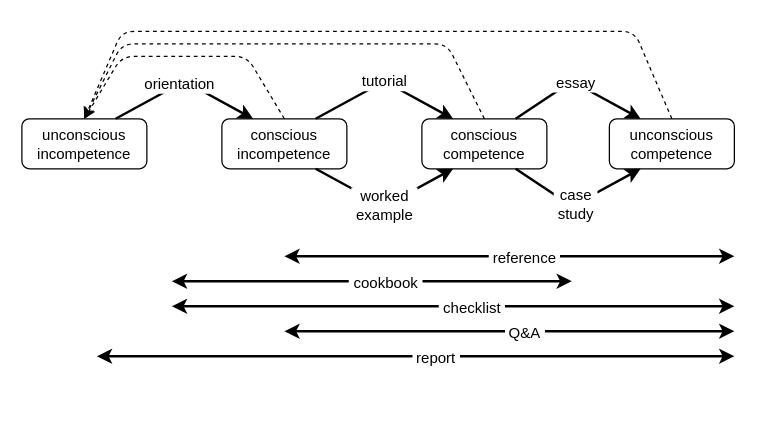
Above: page "Page-1" (1 of 2) of files/2019/04/materials.drawio in gvwilson/thirdbit (draw.io), before the change. Source tidied: cells renumbered, new cells numbered last; positions are measured from the earlier drawing's top-left corner, leaving out a move shared by most shapes. Both pictures are drawn from the tidied source at 125%, with x=0, y=0 at pixel (21, 31).
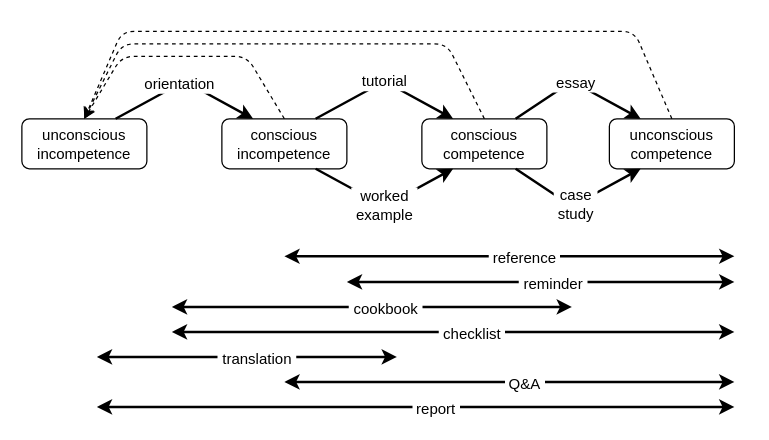
The same diagram, later.

The edit, as a diff of the source:
```diff
@@
     <mxCell id="11" style="endArrow=classic;startArrow=classic;html=1;strokeWidth=2;" parent="1" edge="1">
       <mxGeometry relative="1" as="geometry">
-        <mxPoint x="120" y="199.5" as="sourcePoint" />
-        <mxPoint x="440" y="199.5" as="targetPoint" />
+        <mxPoint x="120" y="220" as="sourcePoint" />
+        <mxPoint x="440" y="220" as="targetPoint" />
       </mxGeometry>
     </mxCell>
@@
     <mxCell id="13" style="endArrow=classic;startArrow=classic;html=1;strokeWidth=2;" parent="1" edge="1">
       <mxGeometry relative="1" as="geometry">
-        <mxPoint x="210" y="239.5" as="sourcePoint" />
-        <mxPoint x="570" y="239.5" as="targetPoint" />
+        <mxPoint x="210" y="280" as="sourcePoint" />
+        <mxPoint x="570" y="280" as="targetPoint" />
       </mxGeometry>
     </mxCell>
@@
     <mxCell id="16" style="endArrow=classic;startArrow=classic;html=1;strokeWidth=2;" parent="1" edge="1">
       <mxGeometry relative="1" as="geometry">
-        <mxPoint x="120" y="219.5" as="sourcePoint" />
-        <mxPoint x="570" y="219.5" as="targetPoint" />
+        <mxPoint x="120" y="240" as="sourcePoint" />
+        <mxPoint x="570" y="240" as="targetPoint" />
       </mxGeometry>
     </mxCell>
@@
     <mxCell id="18" style="endArrow=classic;startArrow=classic;html=1;strokeWidth=2;" parent="1" edge="1">
       <mxGeometry relative="1" as="geometry">
-        <mxPoint x="60" y="259.5" as="sourcePoint" />
-        <mxPoint x="570" y="259.5" as="targetPoint" />
+        <mxPoint x="60" y="300" as="sourcePoint" />
+        <mxPoint x="570" y="300" as="targetPoint" />
       </mxGeometry>
     </mxCell>
@@
+    <mxCell id="25" style="endArrow=classic;startArrow=classic;html=1;strokeWidth=2;" parent="1" edge="1">
+      <mxGeometry relative="1" as="geometry">
+        <mxPoint x="260" y="200" as="sourcePoint" />
+        <mxPoint x="570" y="200" as="targetPoint" />
+      </mxGeometry>
+    </mxCell>
+    <mxCell id="26" value="&amp;nbsp;reminder&amp;nbsp;" style="text;html=1;align=center;verticalAlign=middle;labelBackgroundColor=#ffffff;" parent="25" vertex="1">
+      <mxGeometry x="0.06" y="-1" relative="1" as="geometry" />
+    </mxCell>
+    <mxCell id="27" style="endArrow=classic;startArrow=classic;html=1;strokeWidth=2;" parent="1" edge="1">
+      <mxGeometry relative="1" as="geometry">
+        <mxPoint x="60" y="260" as="sourcePoint" />
+        <mxPoint x="300" y="260" as="targetPoint" />
+      </mxGeometry>
+    </mxCell>
+    <mxCell id="28" value="&amp;nbsp;translation&amp;nbsp;" style="text;html=1;align=center;verticalAlign=middle;labelBackgroundColor=#ffffff;" parent="27" vertex="1">
+      <mxGeometry x="0.06" y="-1" relative="1" as="geometry" />
+    </mxCell>
```
